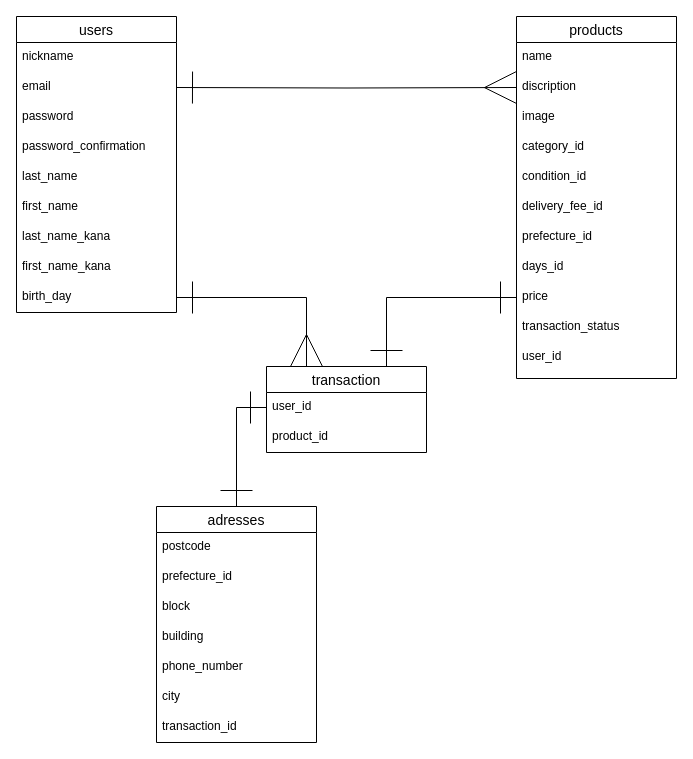
Above: er.dio in tatsuhiko-ooya/furima-33822 (draw.io), before the change. Source tidied: cells renumbered, new cells numbered last; positions are measured from the earlier drawing's top-left corner, leaving out a move shared by most shapes. Both pictures are drawn from the tidied source at 100%, with x=0, y=0 at pixel (16, 16).
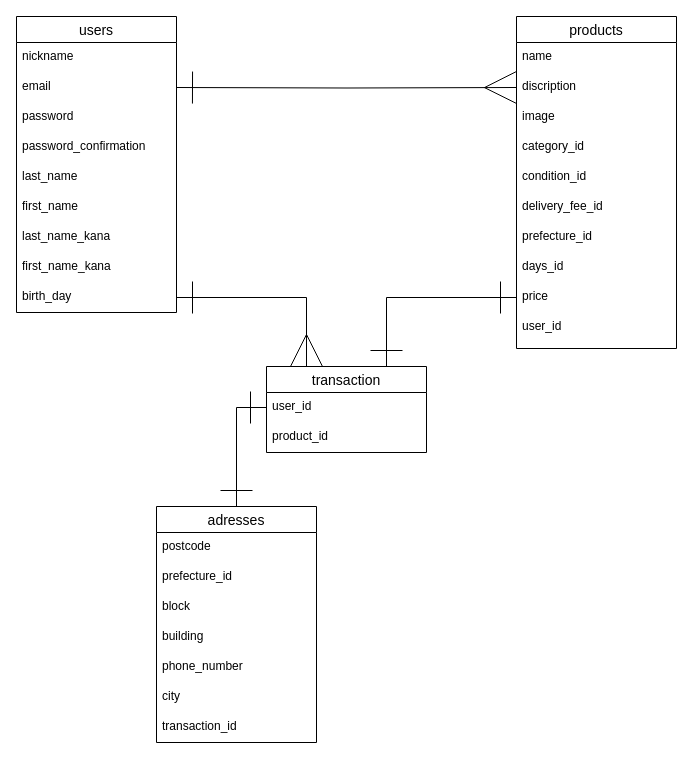
The same page after the edit.

Commit message (it also covers changes not shown here):
transaction_statusカラムの削除

The edit, as a diff of the source:
```diff
@@
     <mxCell id="5" value="products" style="swimlane;fontStyle=0;horizontal=1;startSize=26;align=center;fontSize=14;" parent="1" vertex="1">
-      <mxGeometry x="500" width="160" height="362" as="geometry" />
+      <mxGeometry x="500" width="160" height="332" as="geometry" />
     </mxCell>
@@
-    <mxCell id="15" value="transaction_status" style="text;strokeColor=none;fillColor=none;spacingLeft=4;spacingRight=4;overflow=hidden;fontSize=12;" parent="5" vertex="1">
-      <mxGeometry y="296" width="160" height="30" as="geometry" />
-    </mxCell>
     <mxCell id="16" value="user_id" style="text;strokeColor=none;fillColor=none;spacingLeft=4;spacingRight=4;overflow=hidden;fontSize=12;" parent="5" vertex="1">
-      <mxGeometry y="326" width="160" height="36" as="geometry" />
+      <mxGeometry y="296" width="160" height="36" as="geometry" />
     </mxCell>
```
